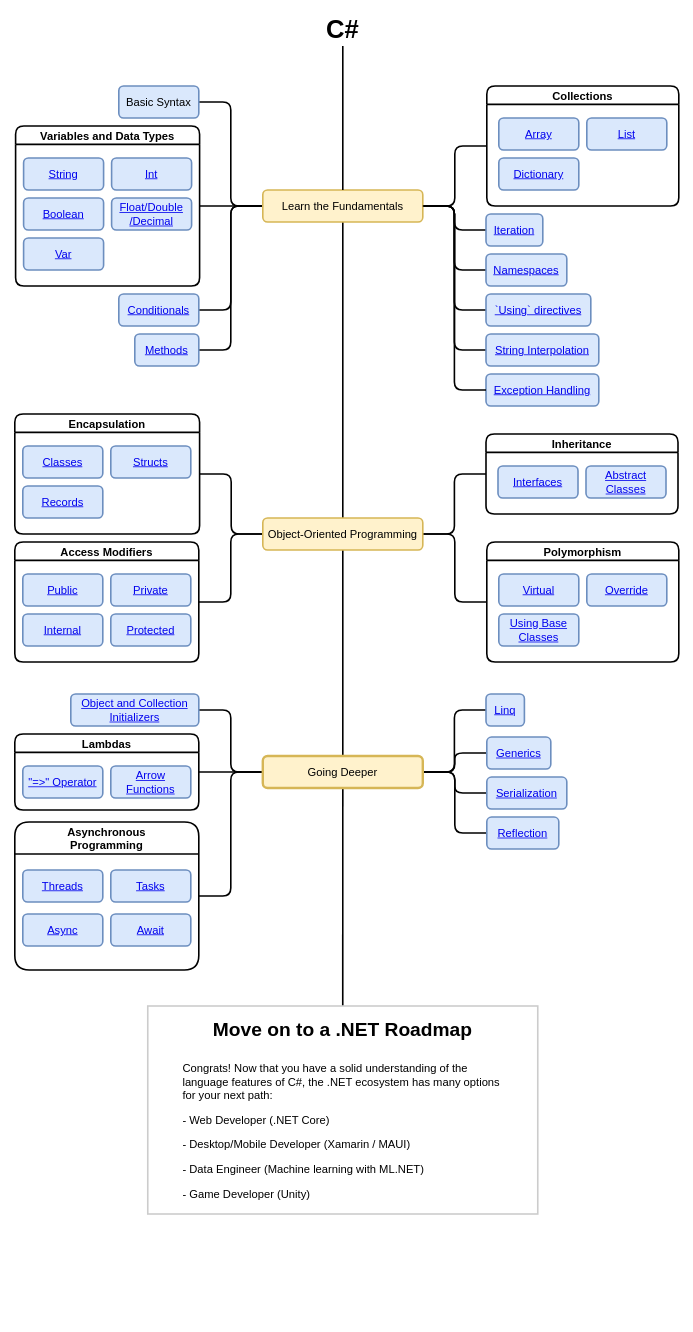
Before: csharp-roadmap.drawio in gridlocdev/csharp-learning-roadmap, a draw.io diagram. Source tidied: cells renumbered, new cells numbered last; positions are measured from the earlier drawing's top-left corner, leaving out a move shared by most shapes. Both pictures are drawn from the tidied source at 80%, with x=0, y=0 at pixel (14, 14).
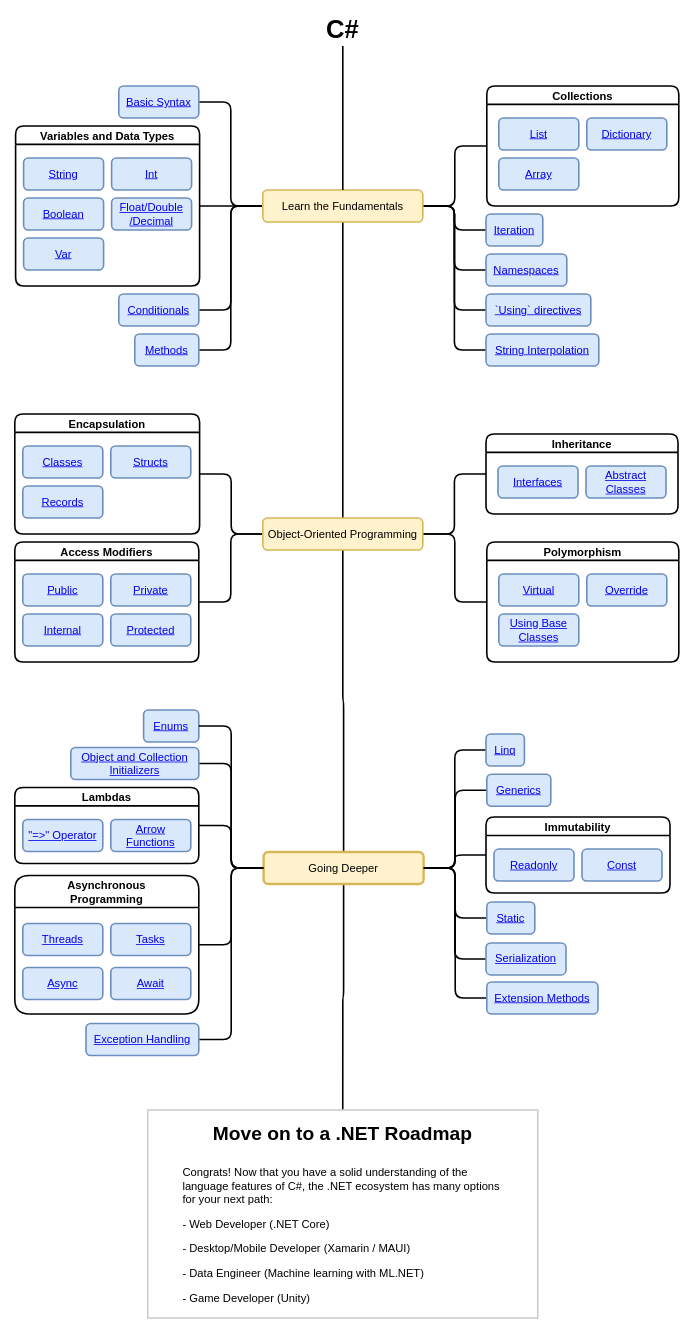
The same diagram, later.

The change refers to these unchanged cells:
```xml
<mxCell id="12" value="&lt;font style=&quot;font-size: 14px;&quot;&gt;Learn the Fundamentals&lt;/font&gt;" style="rounded=1;whiteSpace=wrap;html=1;fillColor=#fff2cc;strokeColor=#d6b656;strokeWidth=2;fontSize=14;" parent="1" vertex="1">
  <mxGeometry x="310" y="220" width="200" height="40" as="geometry" />
</mxCell>
<mxCell id="67" value="Collections" style="swimlane;rounded=1;fontSize=14;strokeWidth=2;" parent="1" vertex="1">
  <mxGeometry x="590" y="90" width="240" height="150" as="geometry" />
</mxCell>
```

Change to the diagram source:
```diff
@@
-    <mxCell id="15" value="&lt;div style=&quot;font-size: 14px;&quot;&gt;Basic Syntax&lt;/div&gt;" style="rounded=1;whiteSpace=wrap;html=1;fillColor=#dae8fc;strokeColor=#6c8ebf;strokeWidth=2;fontSize=14;" parent="1" vertex="1">
+    <mxCell id="15" value="&lt;div style=&quot;font-size: 14px&quot;&gt;&lt;a href=&quot;https://docs.microsoft.com/en-us/dotnet/csharp/tour-of-csharp/tutorials/hello-world&quot;&gt;Basic Syntax&lt;/a&gt;&lt;/div&gt;" style="rounded=1;whiteSpace=wrap;html=1;fillColor=#dae8fc;strokeColor=#6c8ebf;strokeWidth=2;fontSize=14;" parent="1" vertex="1">
       <mxGeometry x="130" y="90" width="100" height="40" as="geometry" />
     </mxCell>
@@
-    <mxCell id="21" value="&lt;div style=&quot;font-size: 14px&quot;&gt;&lt;a href=&quot;https://docs.microsoft.com/en-us/dotnet/csharp/fundamentals/exceptions/exception-handling&quot;&gt;Exception Handling&lt;/a&gt;&lt;br style=&quot;font-size: 14px&quot;&gt;&lt;/div&gt;" style="rounded=1;whiteSpace=wrap;html=1;fillColor=#dae8fc;strokeColor=#6c8ebf;strokeWidth=2;fontSize=14;" parent="1" vertex="1">
-      <mxGeometry x="589" y="450" width="141" height="40" as="geometry" />
-    </mxCell>
-    <mxCell id="22" style="edgeStyle=orthogonalEdgeStyle;rounded=1;jettySize=auto;html=1;exitX=1;exitY=0.5;exitDx=0;exitDy=0;entryX=0;entryY=0.5;entryDx=0;entryDy=0;fontSize=14;endArrow=none;endFill=0;strokeWidth=2;" parent="1" edge="1" source="12" target="21">
-      <mxGeometry relative="1" as="geometry" />
-    </mxCell>
@@
-    <mxCell id="40" style="edgeStyle=orthogonalEdgeStyle;rounded=1;jettySize=auto;html=1;exitX=0;exitY=0.5;exitDx=0;exitDy=0;entryX=1;entryY=0.5;entryDx=0;entryDy=0;fontSize=24;endArrow=none;endFill=0;strokeWidth=2;" parent="1" edge="1" source="48" target="50">
+    <mxCell id="40" style="edgeStyle=orthogonalEdgeStyle;rounded=1;jettySize=auto;html=1;entryX=1;entryY=0.5;entryDx=0;entryDy=0;fontSize=24;endArrow=none;endFill=0;strokeWidth=2;" parent="1" edge="1" source="48" target="50">
       <mxGeometry relative="1" as="geometry" />
     </mxCell>
-    <mxCell id="41" style="edgeStyle=orthogonalEdgeStyle;rounded=1;jettySize=auto;html=1;exitX=0;exitY=0.5;exitDx=0;exitDy=0;entryX=1;entryY=0.5;entryDx=0;entryDy=0;fontSize=24;endArrow=none;endFill=0;strokeWidth=2;" parent="1" edge="1" source="48" target="51">
+    <mxCell id="41" style="edgeStyle=orthogonalEdgeStyle;rounded=1;jettySize=auto;html=1;entryX=1;entryY=0.5;entryDx=0;entryDy=0;fontSize=24;endArrow=none;endFill=0;strokeWidth=2;" parent="1" edge="1" source="48" target="51">
       <mxGeometry relative="1" as="geometry" />
     </mxCell>
@@
-    <mxCell id="47" style="edgeStyle=orthogonalEdgeStyle;rounded=1;jettySize=auto;html=1;exitX=0;exitY=0.5;exitDx=0;exitDy=0;entryX=1;entryY=0.5;entryDx=0;entryDy=0;endArrow=none;endFill=0;strokeWidth=2;" parent="1" edge="1" source="48" target="54">
+    <mxCell id="47" style="edgeStyle=orthogonalEdgeStyle;rounded=1;jettySize=auto;html=1;entryX=1;entryY=0.5;entryDx=0;entryDy=0;endArrow=none;endFill=0;strokeWidth=2;" parent="1" edge="1" source="48" target="54">
       <mxGeometry relative="1" as="geometry" />
     </mxCell>
     <mxCell id="48" value="&lt;font style=&quot;font-size: 14px&quot;&gt;Going Deeper&lt;/font&gt;" style="rounded=1;whiteSpace=wrap;html=1;fillColor=#fff2cc;strokeColor=#d6b656;strokeWidth=3;" parent="1" vertex="1">
-      <mxGeometry x="310" y="927.5" width="200" height="40" as="geometry" />
+      <mxGeometry x="311" y="1047.5" width="200" height="40" as="geometry" />
     </mxCell>
     <mxCell id="49" value="&lt;a href=&quot;https://docs.microsoft.com/en-us/dotnet/csharp/linq/&quot;&gt;Linq&lt;/a&gt;" style="rounded=1;whiteSpace=wrap;html=1;fillColor=#dae8fc;strokeColor=#6c8ebf;strokeWidth=2;fontSize=14;" parent="1" vertex="1">
-      <mxGeometry x="589" y="850" width="48" height="40" as="geometry" />
+      <mxGeometry x="589" y="900" width="48" height="40" as="geometry" />
     </mxCell>
     <mxCell id="50" value="&lt;a href=&quot;https://docs.microsoft.com/en-us/dotnet/csharp/programming-guide/classes-and-structs/object-and-collection-initializers&quot;&gt;Object and Collection Initializers&lt;/a&gt;" style="rounded=1;whiteSpace=wrap;html=1;fillColor=#dae8fc;strokeColor=#6c8ebf;strokeWidth=2;fontSize=14;" parent="1" vertex="1">
-      <mxGeometry x="70" y="850" width="160" height="40" as="geometry" />
+      <mxGeometry x="70" y="916.9" width="160" height="40" as="geometry" />
     </mxCell>
     <mxCell id="51" value="Lambdas" style="swimlane;rounded=1;fontSize=14;strokeWidth=2;" parent="1" vertex="1">
-      <mxGeometry y="900" width="230" height="95" as="geometry" />
+      <mxGeometry y="966.9" width="230" height="95" as="geometry" />
     </mxCell>
@@
     <mxCell id="54" value="Asynchronous &#10;Programming" style="swimlane;rounded=1;fontSize=14;strokeWidth=2;startSize=40;" parent="1" vertex="1">
-      <mxGeometry y="1010" width="230" height="185" as="geometry" />
+      <mxGeometry y="1076.9" width="230" height="173.1" as="geometry" />
     </mxCell>
@@
     <mxCell id="59" value="&lt;a href=&quot;https://docs.microsoft.com/en-us/dotnet/csharp/programming-guide/concepts/serialization/&quot;&gt;Serialization&lt;/a&gt;" style="rounded=1;whiteSpace=wrap;html=1;fillColor=#dae8fc;strokeColor=#6c8ebf;strokeWidth=2;fontSize=14;" parent="1" vertex="1">
-      <mxGeometry x="590" y="953.8" width="100" height="40" as="geometry" />
+      <mxGeometry x="589" y="1161.2" width="100" height="40" as="geometry" />
     </mxCell>
-    <mxCell id="60" value="&lt;a href=&quot;https://docs.microsoft.com/en-us/dotnet/csharp/programming-guide/concepts/reflection&quot;&gt;Reflection&lt;/a&gt;" style="rounded=1;whiteSpace=wrap;html=1;fillColor=#dae8fc;strokeColor=#6c8ebf;strokeWidth=2;fontSize=14;" parent="1" vertex="1">
-      <mxGeometry x="590" y="1003.8" width="90" height="40" as="geometry" />
+    <mxCell id="60" value="&lt;div&gt;&lt;a href=&quot;https://docs.microsoft.com/en-us/dotnet/csharp/programming-guide/classes-and-structs/extension-methods&quot;&gt;Extension Methods&lt;/a&gt;&lt;/div&gt;" style="rounded=1;whiteSpace=wrap;html=1;fillColor=#dae8fc;strokeColor=#6c8ebf;strokeWidth=2;fontSize=14;" parent="1" vertex="1">
+      <mxGeometry x="590" y="1210" width="139" height="40" as="geometry" />
     </mxCell>
     <mxCell id="61" value="&lt;a href=&quot;https://docs.microsoft.com/en-us/dotnet/csharp/fundamentals/types/generics&quot;&gt;Generics&lt;/a&gt;" style="rounded=1;whiteSpace=wrap;html=1;fillColor=#dae8fc;strokeColor=#6c8ebf;strokeWidth=2;fontSize=14;" parent="1" vertex="1">
-      <mxGeometry x="590" y="903.8" width="80" height="40" as="geometry" />
+      <mxGeometry x="590" y="950.3" width="80" height="40" as="geometry" />
     </mxCell>
@@
     <mxCell id="68" value="&lt;a href=&quot;https://docs.microsoft.com/en-us/dotnet/csharp/programming-guide/arrays/&quot;&gt;Array&lt;/a&gt;" style="rounded=1;whiteSpace=wrap;html=1;fillColor=#dae8fc;strokeColor=#6c8ebf;strokeWidth=2;fontSize=14;" parent="67" vertex="1">
-      <mxGeometry x="15" y="40" width="100" height="40" as="geometry" />
+      <mxGeometry x="15" y="90" width="100" height="40" as="geometry" />
     </mxCell>
     <mxCell id="69" value="&lt;a href=&quot;https://docs.microsoft.com/en-us/dotnet/api/system.collections.generic.list-1&quot;&gt;List&lt;/a&gt;" style="rounded=1;whiteSpace=wrap;html=1;fillColor=#dae8fc;strokeColor=#6c8ebf;strokeWidth=2;fontSize=14;" parent="67" vertex="1">
-      <mxGeometry x="125" y="40" width="100" height="40" as="geometry" />
+      <mxGeometry x="15" y="40" width="100" height="40" as="geometry" />
     </mxCell>
     <mxCell id="70" value="&lt;a href=&quot;https://docs.microsoft.com/en-us/dotnet/api/system.collections.generic.dictionary-2&quot;&gt;Dictionary&lt;/a&gt;" style="rounded=1;whiteSpace=wrap;html=1;fillColor=#dae8fc;strokeColor=#6c8ebf;strokeWidth=2;fontSize=14;" parent="67" vertex="1">
-      <mxGeometry x="15" y="90" width="100" height="40" as="geometry" />
+      <mxGeometry x="125" y="40" width="100" height="40" as="geometry" />
     </mxCell>
@@
     <mxCell id="78" value="&lt;h1 style=&quot;line-height: 2&quot; align=&quot;center&quot;&gt;Move on to a .NET Roadmap&lt;br&gt;&lt;/h1&gt;&lt;div align=&quot;left&quot;&gt;&lt;blockquote&gt;&lt;p style=&quot;font-size: 14px&quot;&gt;&lt;font style=&quot;font-size: 14px&quot;&gt;Congrats! Now that you have a solid understanding of the language features of C#, the .NET ecosystem has many options for your next path:&lt;/font&gt;&lt;/p&gt;&lt;/blockquote&gt;&lt;/div&gt;&lt;blockquote&gt;&lt;p style=&quot;font-size: 14px&quot; align=&quot;left&quot;&gt;&lt;font style=&quot;font-size: 14px&quot;&gt;- Web Developer (.NET Core)&lt;br&gt;&lt;/font&gt;&lt;/p&gt;&lt;p style=&quot;font-size: 14px&quot; align=&quot;left&quot;&gt;&lt;font style=&quot;font-size: 14px&quot;&gt;- Desktop/Mobile Developer (Xamarin / MAUI)&lt;br&gt;&lt;/font&gt;&lt;/p&gt;&lt;p style=&quot;font-size: 14px&quot; align=&quot;left&quot;&gt;&lt;font style=&quot;font-size: 14px&quot;&gt;- Data Engineer (Machine learning with ML.NET)&lt;br&gt;&lt;/font&gt;&lt;/p&gt;&lt;p style=&quot;font-size: 14px&quot; align=&quot;left&quot;&gt;&lt;font style=&quot;font-size: 14px&quot;&gt;- Game Developer (Unity)&lt;/font&gt;&lt;br&gt;&lt;/p&gt;&lt;/blockquote&gt;" style="text;html=1;spacing=5;spacingTop=-20;whiteSpace=wrap;overflow=hidden;rounded=0;strokeColor=#CCCCCC;strokeWidth=2;glass=0;fillColor=default;align=center;" parent="1" vertex="1">
-      <mxGeometry x="166.2" y="1240" width="487.5" height="260" as="geometry" />
+      <mxGeometry x="166.2" y="1370" width="487.5" height="260" as="geometry" />
     </mxCell>
+    <mxCell id="79" style="edgeStyle=orthogonalEdgeStyle;rounded=1;jettySize=auto;html=1;entryX=0;entryY=0.5;entryDx=0;entryDy=0;endArrow=none;endFill=0;strokeWidth=2;" parent="1" edge="1" source="48" target="85">
+      <mxGeometry relative="1" as="geometry" />
+    </mxCell>
+    <mxCell id="80" value="Immutability" style="swimlane;rounded=1;fontSize=14;strokeWidth=2;startSize=23;" parent="1" vertex="1">
+      <mxGeometry x="589" y="1003.8" width="230" height="95" as="geometry" />
+    </mxCell>
+    <mxCell id="81" value="&lt;a href=&quot;https://docs.microsoft.com/en-us/dotnet/csharp/language-reference/keywords/const&quot;&gt;Const&lt;/a&gt;" style="rounded=1;whiteSpace=wrap;html=1;fillColor=#dae8fc;strokeColor=#6c8ebf;strokeWidth=2;fontSize=14;" parent="80" vertex="1">
+      <mxGeometry x="120" y="40" width="100" height="40" as="geometry" />
+    </mxCell>
+    <mxCell id="82" value="&lt;a href=&quot;https://docs.microsoft.com/en-us/dotnet/csharp/language-reference/keywords/readonly&quot;&gt;Readonly&lt;/a&gt;" style="rounded=1;whiteSpace=wrap;html=1;fillColor=#dae8fc;strokeColor=#6c8ebf;strokeWidth=2;fontSize=14;" parent="80" vertex="1">
+      <mxGeometry x="10" y="40" width="100" height="40" as="geometry" />
+    </mxCell>
+    <mxCell id="83" style="edgeStyle=orthogonalEdgeStyle;rounded=1;jettySize=auto;html=1;entryX=0;entryY=0.5;entryDx=0;entryDy=0;endArrow=none;endFill=0;strokeWidth=2;" parent="1" edge="1" source="48" target="80">
+      <mxGeometry relative="1" as="geometry" />
+    </mxCell>
+    <mxCell id="84" style="edgeStyle=orthogonalEdgeStyle;rounded=1;jettySize=auto;html=1;endArrow=none;endFill=0;strokeWidth=2;entryX=1;entryY=0.5;entryDx=0;entryDy=0;" parent="1" edge="1" source="48" target="21">
+      <mxGeometry relative="1" as="geometry" />
+    </mxCell>
+    <mxCell id="21" value="&lt;div style=&quot;font-size: 14px&quot;&gt;&lt;a href=&quot;https://docs.microsoft.com/en-us/dotnet/csharp/fundamentals/exceptions/exception-handling&quot;&gt;Exception Handling&lt;/a&gt;&lt;br style=&quot;font-size: 14px&quot;&gt;&lt;/div&gt;" style="rounded=1;whiteSpace=wrap;html=1;fillColor=#dae8fc;strokeColor=#6c8ebf;strokeWidth=2;fontSize=14;" parent="1" vertex="1">
+      <mxGeometry x="89" y="1261.9" width="141" height="40" as="geometry" />
+    </mxCell>
+    <mxCell id="85" value="&lt;a href=&quot;https://docs.microsoft.com/en-us/dotnet/csharp/language-reference/keywords/static&quot;&gt;Static&lt;/a&gt;" style="rounded=1;whiteSpace=wrap;html=1;fillColor=#dae8fc;strokeColor=#6c8ebf;strokeWidth=2;fontSize=14;" parent="1" vertex="1">
+      <mxGeometry x="590" y="1110" width="60" height="40" as="geometry" />
+    </mxCell>
+    <mxCell id="86" value="&lt;a href=&quot;https://docs.microsoft.com/en-us/dotnet/csharp/language-reference/builtin-types/enum&quot;&gt;Enums&lt;/a&gt;" style="rounded=1;whiteSpace=wrap;html=1;fillColor=#dae8fc;strokeColor=#6c8ebf;strokeWidth=2;fontSize=14;" parent="1" vertex="1">
+      <mxGeometry x="161" y="870" width="69" height="40" as="geometry" />
+    </mxCell>
+    <mxCell id="87" style="edgeStyle=orthogonalEdgeStyle;rounded=1;jettySize=auto;html=1;fontSize=24;endArrow=none;endFill=0;strokeWidth=2;entryX=1;entryY=0.5;entryDx=0;entryDy=0;" parent="1" edge="1" source="48" target="86">
+      <mxGeometry relative="1" as="geometry" />
+    </mxCell>
```
